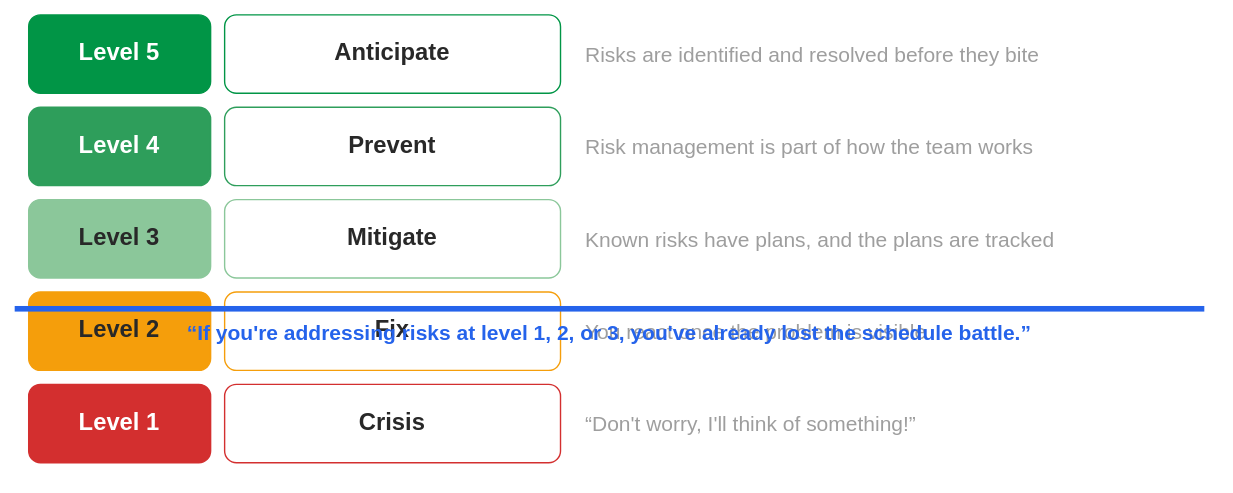
msdbok/msdbok.github.io keeps this draw.io diagram as content/needs/risks/five-levels.svg. Above is the earlier version. Source tidied: cells renumbered, new cells last; positions are measured from the earlier drawing's top-left corner, leaving out a move shared by most shapes.
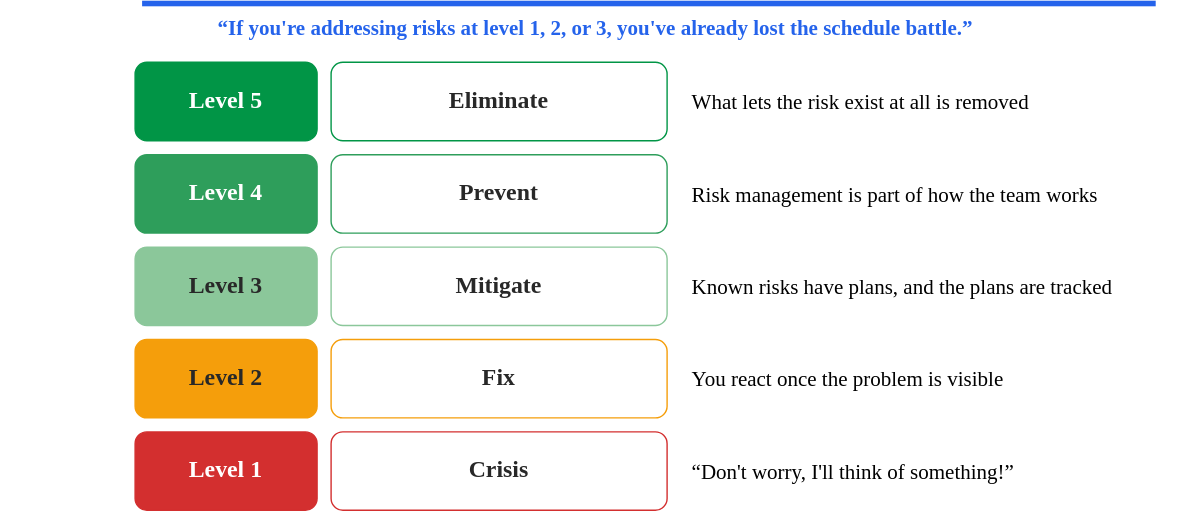
Later version of the same file.

Diff of the diagram source:
```diff
@@ -8,8 +8,8 @@
     <mxCell id="3" value="Anticipate" style="rounded=1;whiteSpace=wrap;html=1;fillColor=#ffffff;strokeColor=#019546;fontFamily=Tahoma,Verdana,sans-serif;fontColor=#282828;fontSize=17;fontStyle=1;" parent="1" vertex="1">
       <mxGeometry x="150" width="240" height="56" as="geometry" />
     </mxCell>
-    <mxCell id="4" value="Risks are identified and resolved before they bite" style="text;html=1;strokeColor=none;fillColor=none;align=left;verticalAlign=middle;whiteSpace=wrap;fontFamily=Tahoma,Verdana,sans-serif;fontColor=#9e9e9e;fontSize=15;" parent="1" vertex="1">
-      <mxGeometry x="406" width="430" height="56" as="geometry" />
+    <mxCell id="4" value="Risks are identified and resolved before they bite" style="text;html=1;strokeColor=none;fillColor=none;align=left;verticalAlign=middle;whiteSpace=wrap;fontFamily=Tahoma,Verdana,sans-serif;fontColor=#000000;fontSize=15;" parent="1" vertex="1">
+      <mxGeometry x="406" width="345" height="56" as="geometry" />
     </mxCell>
     <mxCell id="5" value="Level 4" style="rounded=1;whiteSpace=wrap;html=1;fillColor=#2e9e5b;strokeColor=#2e9e5b;fontFamily=Tahoma,Verdana,sans-serif;fontColor=#ffffff;fontSize=17;fontStyle=1;" parent="1" vertex="1">
       <mxGeometry x="10" y="66" width="130" height="56" as="geometry" />
@@ -17,8 +17,8 @@
     <mxCell id="6" value="Prevent" style="rounded=1;whiteSpace=wrap;html=1;fillColor=#ffffff;strokeColor=#2e9e5b;fontFamily=Tahoma,Verdana,sans-serif;fontColor=#282828;fontSize=17;fontStyle=1;" parent="1" vertex="1">
       <mxGeometry x="150" y="66" width="240" height="56" as="geometry" />
     </mxCell>
-    <mxCell id="7" value="Risk management is part of how the team works" style="text;html=1;strokeColor=none;fillColor=none;align=left;verticalAlign=middle;whiteSpace=wrap;fontFamily=Tahoma,Verdana,sans-serif;fontColor=#9e9e9e;fontSize=15;" parent="1" vertex="1">
-      <mxGeometry x="406" y="66" width="430" height="56" as="geometry" />
+    <mxCell id="7" value="Risk management is part of how the team works" style="text;html=1;strokeColor=none;fillColor=none;align=left;verticalAlign=middle;whiteSpace=wrap;fontFamily=Tahoma,Verdana,sans-serif;fontColor=#000000;fontSize=15;" parent="1" vertex="1">
+      <mxGeometry x="406" y="66" width="341" height="56" as="geometry" />
     </mxCell>
     <mxCell id="8" value="Level 3" style="rounded=1;whiteSpace=wrap;html=1;fillColor=#8bc79a;strokeColor=#8bc79a;fontFamily=Tahoma,Verdana,sans-serif;fontColor=#282828;fontSize=17;fontStyle=1;" parent="1" vertex="1">
       <mxGeometry x="10" y="132" width="130" height="56" as="geometry" />
@@ -26,8 +26,8 @@
     <mxCell id="9" value="Mitigate" style="rounded=1;whiteSpace=wrap;html=1;fillColor=#ffffff;strokeColor=#8bc79a;fontFamily=Tahoma,Verdana,sans-serif;fontColor=#282828;fontSize=17;fontStyle=1;" parent="1" vertex="1">
       <mxGeometry x="150" y="132" width="240" height="56" as="geometry" />
     </mxCell>
-    <mxCell id="10" value="Known risks have plans, and the plans are tracked" style="text;html=1;strokeColor=none;fillColor=none;align=left;verticalAlign=middle;whiteSpace=wrap;fontFamily=Tahoma,Verdana,sans-serif;fontColor=#9e9e9e;fontSize=15;" parent="1" vertex="1">
-      <mxGeometry x="406" y="132" width="430" height="56" as="geometry" />
+    <mxCell id="10" value="Known risks have plans, and the plans are tracked" style="text;html=1;strokeColor=none;fillColor=none;align=left;verticalAlign=middle;whiteSpace=wrap;fontFamily=Tahoma,Verdana,sans-serif;fontColor=#000000;fontSize=15;" parent="1" vertex="1">
+      <mxGeometry x="406" y="132" width="339" height="56" as="geometry" />
     </mxCell>
     <mxCell id="11" value="Level 2" style="rounded=1;whiteSpace=wrap;html=1;fillColor=#f59e0b;strokeColor=#f59e0b;fontFamily=Tahoma,Verdana,sans-serif;fontColor=#282828;fontSize=17;fontStyle=1;" parent="1" vertex="1">
       <mxGeometry x="10" y="198" width="130" height="56" as="geometry" />
@@ -35,8 +35,8 @@
     <mxCell id="12" value="Fix" style="rounded=1;whiteSpace=wrap;html=1;fillColor=#ffffff;strokeColor=#f59e0b;fontFamily=Tahoma,Verdana,sans-serif;fontColor=#282828;fontSize=17;fontStyle=1;" parent="1" vertex="1">
       <mxGeometry x="150" y="198" width="240" height="56" as="geometry" />
     </mxCell>
-    <mxCell id="13" value="You react once the problem is visible" style="text;html=1;strokeColor=none;fillColor=none;align=left;verticalAlign=middle;whiteSpace=wrap;fontFamily=Tahoma,Verdana,sans-serif;fontColor=#9e9e9e;fontSize=15;" parent="1" vertex="1">
-      <mxGeometry x="406" y="198" width="430" height="56" as="geometry" />
+    <mxCell id="13" value="You react once the problem is visible" style="text;html=1;strokeColor=none;fillColor=none;align=left;verticalAlign=middle;whiteSpace=wrap;fontFamily=Tahoma,Verdana,sans-serif;fontColor=#000000;fontSize=15;" parent="1" vertex="1">
+      <mxGeometry x="406" y="198" width="340" height="56" as="geometry" />
     </mxCell>
     <mxCell id="14" value="Level 1" style="rounded=1;whiteSpace=wrap;html=1;fillColor=#d32f2f;strokeColor=#d32f2f;fontFamily=Tahoma,Verdana,sans-serif;fontColor=#ffffff;fontSize=17;fontStyle=1;" parent="1" vertex="1">
       <mxGeometry x="10" y="264" width="130" height="56" as="geometry" />
@@ -44,14 +44,14 @@
     <mxCell id="15" value="Crisis" style="rounded=1;whiteSpace=wrap;html=1;fillColor=#ffffff;strokeColor=#d32f2f;fontFamily=Tahoma,Verdana,sans-serif;fontColor=#282828;fontSize=17;fontStyle=1;" parent="1" vertex="1">
       <mxGeometry x="150" y="264" width="240" height="56" as="geometry" />
     </mxCell>
-    <mxCell id="16" value="“Don't worry, I'll think of something!”" style="text;html=1;strokeColor=none;fillColor=none;align=left;verticalAlign=middle;whiteSpace=wrap;fontFamily=Tahoma,Verdana,sans-serif;fontColor=#9e9e9e;fontSize=15;" parent="1" vertex="1">
-      <mxGeometry x="406" y="264" width="430" height="56" as="geometry" />
+    <mxCell id="16" value="“Don't worry, I'll think of something!”" style="text;html=1;strokeColor=none;fillColor=none;align=left;verticalAlign=middle;whiteSpace=wrap;fontFamily=Tahoma,Verdana,sans-serif;fontColor=#000000;fontSize=15;" parent="1" vertex="1">
+      <mxGeometry x="406" y="264" width="340" height="56" as="geometry" />
     </mxCell>
     <mxCell id="17" style="rounded=0;whiteSpace=wrap;html=1;fillColor=#2563eb;strokeColor=none;" parent="1" vertex="1">
-      <mxGeometry y="208" width="850" height="4" as="geometry" />
+      <mxGeometry x="15" y="-44" width="724" height="4" as="geometry" />
     </mxCell>
     <mxCell id="18" value="“If you're addressing risks at level 1, 2, or 3, you've already lost the schedule battle.”" style="text;html=1;strokeColor=none;fillColor=none;align=center;verticalAlign=middle;whiteSpace=wrap;fontFamily=Tahoma,Verdana,sans-serif;fontColor=#2563eb;fontSize=15;fontStyle=1;" parent="1" vertex="1">
-      <mxGeometry y="214" width="850" height="26" as="geometry" />
+      <mxGeometry x="-86" y="-38" width="850" height="26" as="geometry" />
     </mxCell>
   </root>
 </mxGraphModel>
```
